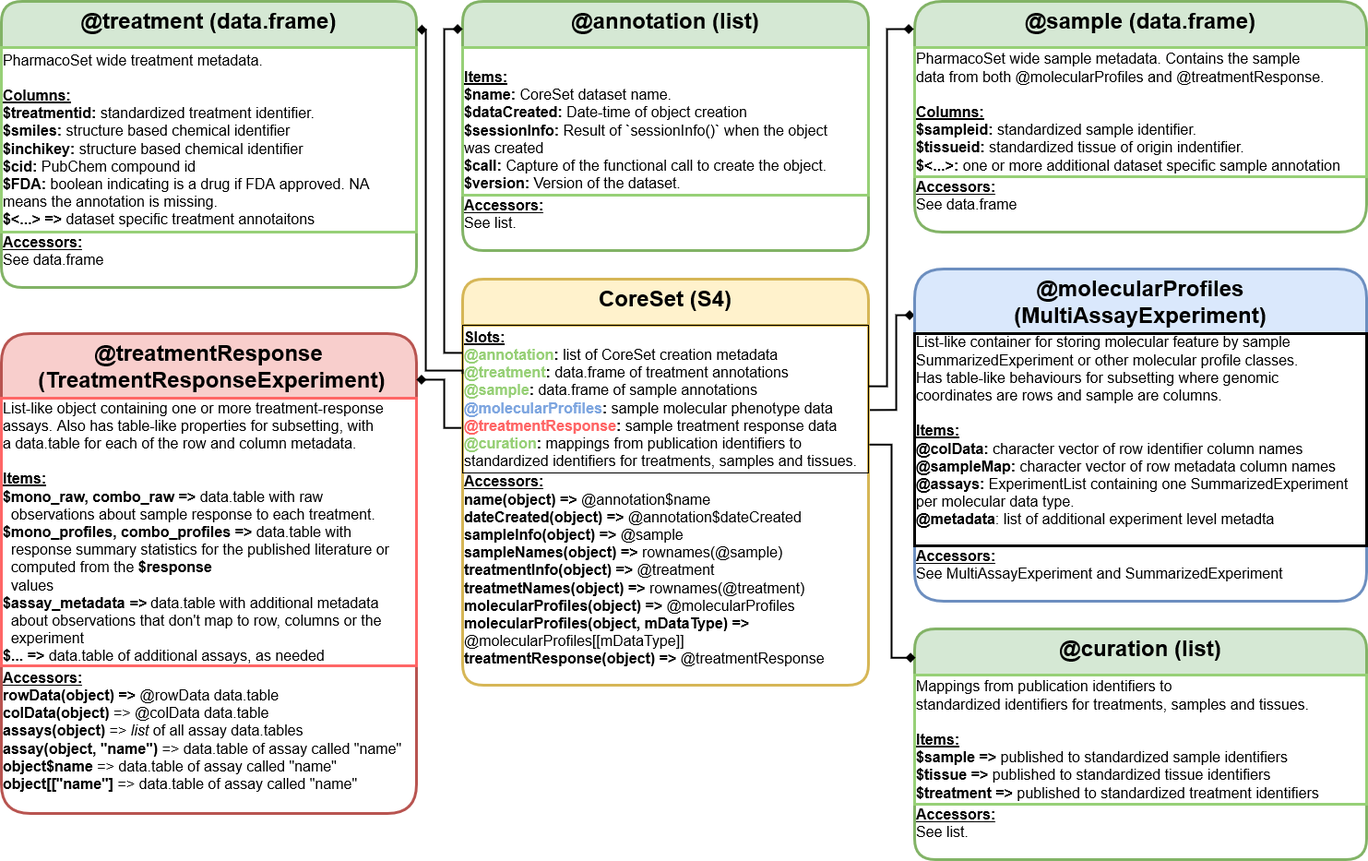
Before: vignettes/CoreSet-class.drawio.png, a diagram exported from draw.io (bhklab/bioc2022workshop). Source tidied: cells renumbered, new cells last; positions are measured from the earlier drawing's top-left corner, leaving out a move shared by most shapes.
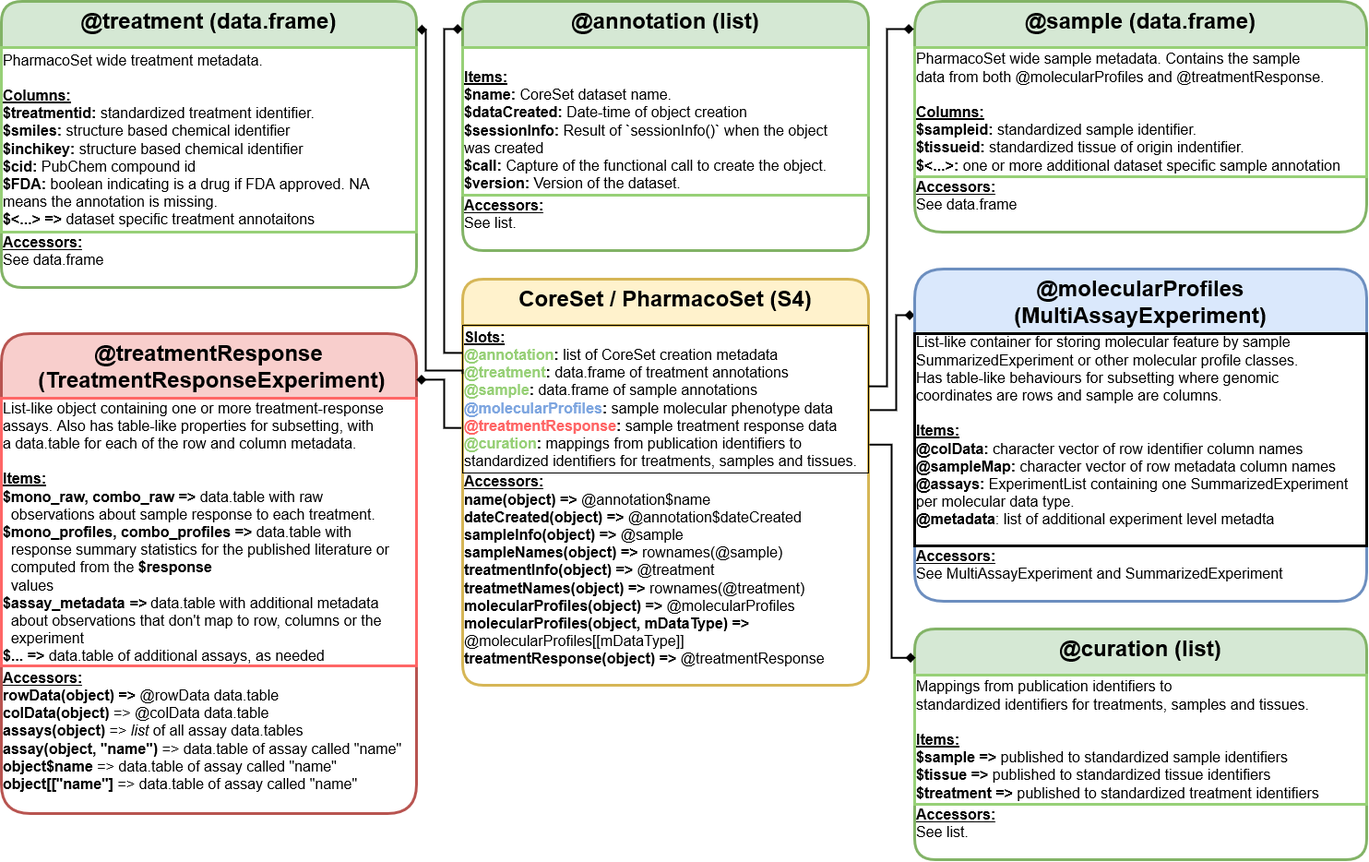
The same diagram one commit later.

Commit message:
Updated CoreSet-class diagram to include PharmacoSet, since the objects are now identical

The edit, as a diff of the source:
```diff
@@ -10,7 +10,7 @@
         </Array>
       </mxGeometry>
     </mxCell>
-    <mxCell id="3" value="CoreSet (S4)" style="swimlane;fontStyle=1;align=center;verticalAlign=top;horizontal=1;startSize=50;fontSize=24;rounded=1;glass=0;strokeWidth=3;fillColor=#fff2cc;strokeColor=#d6b656;" parent="1" vertex="1">
+    <mxCell id="3" value="CoreSet / PharmacoSet (S4)" style="swimlane;fontStyle=1;align=center;verticalAlign=top;horizontal=1;startSize=50;fontSize=24;rounded=1;glass=0;strokeWidth=3;fillColor=#fff2cc;strokeColor=#d6b656;" parent="1" vertex="1">
       <mxGeometry x="500" y="301" width="440" height="440" as="geometry" />
     </mxCell>
     <mxCell id="4" value="&lt;div style=&quot;font-size: 16px;&quot; align=&quot;left&quot;&gt;&lt;font style=&quot;font-size: 16px;&quot;&gt;&lt;b&gt;&lt;font color=&quot;#000000&quot;&gt;&lt;u&gt;Slots:&lt;/u&gt;&lt;/font&gt;&lt;/b&gt;&lt;/font&gt;&lt;br&gt;&lt;div style=&quot;font-size: 16px;&quot; align=&quot;left&quot;&gt;&lt;font style=&quot;font-size: 16px;&quot;&gt;&lt;b&gt;&lt;font style=&quot;font-size: 16px;&quot;&gt;&lt;font color=&quot;#97D077&quot;&gt;@annotation&lt;/font&gt;&lt;font color=&quot;#000000&quot;&gt;: &lt;/font&gt;&lt;/font&gt;&lt;/b&gt;&lt;font color=&quot;#000000&quot;&gt;list of CoreSet creation metadata&lt;br&gt;&lt;/font&gt;&lt;/font&gt;&lt;/div&gt;&lt;font style=&quot;font-size: 16px;&quot;&gt;&lt;b&gt;&lt;font color=&quot;#97D077&quot;&gt;&lt;/font&gt;&lt;/b&gt;&lt;/font&gt;&lt;/div&gt;&lt;div style=&quot;font-size: 16px;&quot; align=&quot;left&quot;&gt;&lt;font style=&quot;font-size: 16px;&quot;&gt;&lt;b&gt;&lt;font color=&quot;#97D077&quot;&gt;@&lt;/font&gt;&lt;font color=&quot;#000000&quot;&gt;&lt;font color=&quot;#97D077&quot;&gt;treatment&lt;font color=&quot;#000000&quot;&gt;:&lt;/font&gt; &lt;/font&gt;&lt;/font&gt;&lt;/b&gt;&lt;font color=&quot;#000000&quot;&gt;data.frame of treatment annotations&lt;/font&gt;&lt;br&gt;&lt;/font&gt;&lt;/div&gt;&lt;div style=&quot;font-size: 16px;&quot; align=&quot;left&quot;&gt;&lt;font style=&quot;font-size: 16px;&quot;&gt;&lt;b&gt;&lt;font color=&quot;#97D077&quot;&gt;@sample&lt;/font&gt;&lt;font color=&quot;#000000&quot;&gt;: &lt;/font&gt;&lt;/b&gt;&lt;font color=&quot;#000000&quot;&gt;data.frame of sample annotations&lt;/font&gt;&lt;br&gt;&lt;/font&gt;&lt;/div&gt;&lt;div style=&quot;font-size: 16px;&quot; align=&quot;left&quot;&gt;&lt;font style=&quot;font-size: 16px;&quot;&gt;&lt;b&gt;&lt;font color=&quot;#CCCCCC&quot;&gt;&lt;font color=&quot;#B3B3B3&quot;&gt;&lt;font color=&quot;#7EA6E0&quot;&gt;@&lt;/font&gt;&lt;font color=&quot;#A9C4EB&quot;&gt;&lt;font color=&quot;#7EA6E0&quot;&gt;molecularProfiles&lt;/font&gt;&lt;/font&gt;&lt;/font&gt;&lt;/font&gt;&lt;font color=&quot;#000000&quot;&gt;: &lt;/font&gt;&lt;/b&gt;&lt;font color=&quot;#000000&quot;&gt;sample molecular phenotype data&lt;/font&gt;&lt;br&gt;&lt;/font&gt;&lt;/div&gt;&lt;div style=&quot;font-size: 16px;&quot; align=&quot;left&quot;&gt;&lt;font style=&quot;font-size: 16px;&quot;&gt;&lt;b&gt;&lt;font color=&quot;#FF6666&quot;&gt;@treatmentResponse&lt;/font&gt;&lt;font color=&quot;#000000&quot;&gt;: &lt;/font&gt;&lt;/b&gt;&lt;font color=&quot;#000000&quot;&gt;sample treatment response data&lt;/font&gt;&lt;/font&gt;&lt;/div&gt;&lt;div style=&quot;font-size: 16px;&quot; align=&quot;left&quot;&gt;&lt;div style=&quot;font-size: 16px;&quot; align=&quot;left&quot;&gt;&lt;div style=&quot;font-size: 16px;&quot; align=&quot;left&quot;&gt;&lt;font style=&quot;font-size: 16px;&quot;&gt;&lt;b&gt;&lt;font style=&quot;font-size: 16px;&quot;&gt;&lt;font color=&quot;#97D077&quot;&gt;@curation&lt;/font&gt;&lt;font color=&quot;#000000&quot;&gt;:&lt;/font&gt;&lt;/font&gt;&lt;font color=&quot;#000000&quot;&gt; &lt;/font&gt;&lt;/b&gt;&lt;font color=&quot;#000000&quot;&gt;mappings from publication identifiers to&lt;/font&gt;&lt;/font&gt;&lt;/div&gt;&lt;div style=&quot;font-size: 16px;&quot; align=&quot;left&quot;&gt;&lt;font style=&quot;font-size: 16px;&quot;&gt;&lt;font color=&quot;#000000&quot;&gt;standardized identifiers for treatments, samples and tissues.&lt;br&gt;&lt;/font&gt;&lt;/font&gt;&lt;/div&gt;&lt;/div&gt;&lt;font style=&quot;font-size: 16px;&quot;&gt;&lt;font color=&quot;#000000&quot;&gt;&lt;/font&gt;&lt;b&gt;&lt;font color=&quot;#000000&quot;&gt;&lt;/font&gt;&lt;/b&gt;&lt;/font&gt;&lt;/div&gt;" style="text;html=1;align=left;verticalAlign=middle;points=[];strokeColor=default;fillColor=none;fontSize=16;fontColor=#97D077;" parent="3" vertex="1">
```
